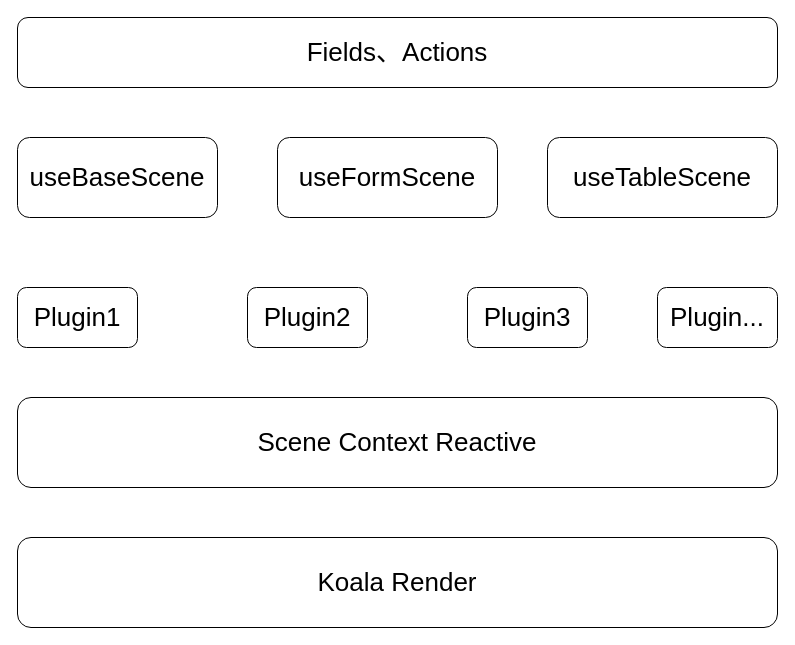
WeBankFinTech/KoalaForm keeps this draw.io diagram as page "原图图" (1 of 2) of desigin.dio. Above is the earlier version. Source tidied: cells renumbered, new cells numbered last; positions are measured from the earlier drawing's top-left corner, leaving out a move shared by most shapes. Both pictures are drawn from the tidied source at 100%, with x=0, y=0 at pixel (17, 17).
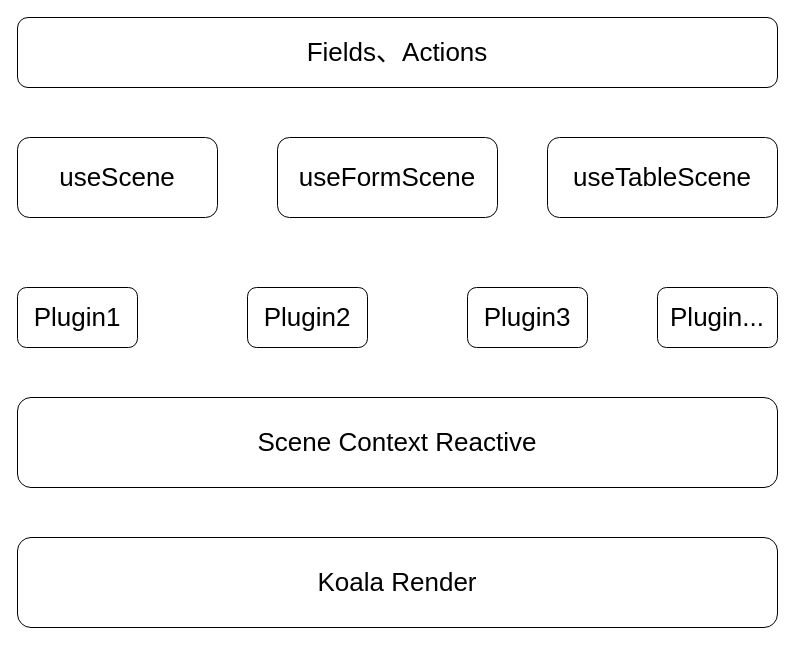
After the change.

Diff of the diagram source:
```diff
@@
 <mxGraphModel>
   <root>
     <mxCell id="0" />
     <mxCell id="1" parent="0" />
     <mxCell id="2" value="Fields、Actions" style="rounded=1;whiteSpace=wrap;html=1;fontSize=26;fillColor=none;" parent="1" vertex="1">
       <mxGeometry width="760" height="70" as="geometry" />
     </mxCell>
     <mxCell id="3" value="Scene Context Reactive" style="rounded=1;whiteSpace=wrap;html=1;fontSize=26;fillColor=none;" parent="1" vertex="1">
       <mxGeometry y="380" width="760" height="90" as="geometry" />
     </mxCell>
-    <mxCell id="4" value="useBaseScene" style="rounded=1;whiteSpace=wrap;html=1;fontSize=26;fillColor=none;" parent="1" vertex="1">
+    <mxCell id="4" value="useScene" style="rounded=1;whiteSpace=wrap;html=1;fontSize=26;fillColor=none;" parent="1" vertex="1">
       <mxGeometry y="120" width="200" height="80" as="geometry" />
     </mxCell>
     <mxCell id="5" value="useFormScene" style="rounded=1;whiteSpace=wrap;html=1;fontSize=26;fillColor=none;" parent="1" vertex="1">
       <mxGeometry x="260" y="120" width="220" height="80" as="geometry" />
     </mxCell>
     <mxCell id="6" value="useTableScene" style="rounded=1;whiteSpace=wrap;html=1;fontSize=26;fillColor=none;" parent="1" vertex="1">
       <mxGeometry x="530" y="120" width="230" height="80" as="geometry" />
     </mxCell>
     <mxCell id="7" value="Plugin1" style="rounded=1;whiteSpace=wrap;html=1;fontSize=26;fillColor=none;" parent="1" vertex="1">
       <mxGeometry y="270" width="120" height="60" as="geometry" />
     </mxCell>
     <mxCell id="8" value="Plugin2" style="rounded=1;whiteSpace=wrap;html=1;fontSize=26;fillColor=none;" parent="1" vertex="1">
       <mxGeometry x="230" y="270" width="120" height="60" as="geometry" />
     </mxCell>
     <mxCell id="9" value="Plugin3" style="rounded=1;whiteSpace=wrap;html=1;fontSize=26;fillColor=none;" parent="1" vertex="1">
       <mxGeometry x="450" y="270" width="120" height="60" as="geometry" />
     </mxCell>
     <mxCell id="10" value="Plugin..." style="rounded=1;whiteSpace=wrap;html=1;fontSize=26;fillColor=none;" parent="1" vertex="1">
       <mxGeometry x="640" y="270" width="120" height="60" as="geometry" />
     </mxCell>
     <mxCell id="11" value="Koala Render" style="rounded=1;whiteSpace=wrap;html=1;fontSize=26;fillColor=none;" parent="1" vertex="1">
       <mxGeometry y="520" width="760" height="90" as="geometry" />
     </mxCell>
   </root>
 </mxGraphModel>
```
